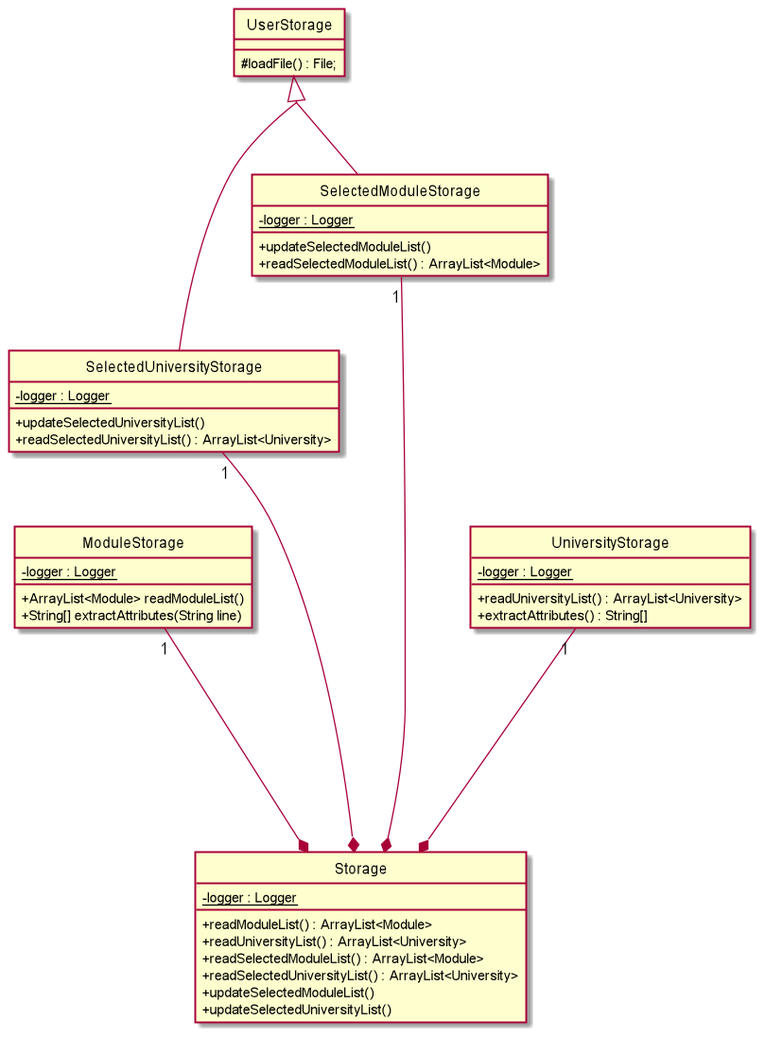
nus-cs2113-AY2122S1/tp keeps this PlantUML diagram as docs/images/storage.png. Above is the earlier version. The source it was exported from:
```plantuml
@startuml
hide circle
skinparam classAttributeIconSize 0
skinparam groupInheritance 2
skinparam groupComposition 3
ModuleStorage "1" ----* Storage
    ModuleStorage : - {static} logger : Logger

    ModuleStorage : + ArrayList<Module> readModuleList()
    ModuleStorage : + String[] extractAttributes(String line)

UserStorage <|-- SelectedUniversityStorage
SelectedUniversityStorage "1" ----* Storage
    SelectedUniversityStorage : - {static} logger : Logger
    SelectedUniversityStorage : + updateSelectedUniversityList()
    SelectedUniversityStorage : + readSelectedUniversityList() : ArrayList<University>

UserStorage <|-- SelectedModuleStorage
SelectedModuleStorage "1" ------* Storage
    SelectedModuleStorage : - {static} logger : Logger
    SelectedModuleStorage : + updateSelectedModuleList()
    SelectedModuleStorage : + readSelectedModuleList() : ArrayList<Module>

UniversityStorage "1" ----* Storage
    UniversityStorage : - {static} logger : Logger
    UniversityStorage : + readUniversityList() : ArrayList<University>
    UniversityStorage : + extractAttributes() : String[]

class UserStorage {
    # loadFile() : File;
}
class Storage {
    - {static} logger : Logger

    + readModuleList() : ArrayList<Module>
    + readUniversityList() : ArrayList<University>
    + readSelectedModuleList() : ArrayList<Module>
    + readSelectedUniversityList() : ArrayList<University>
    + updateSelectedModuleList()
    + updateSelectedUniversityList()
}
@enduml
```
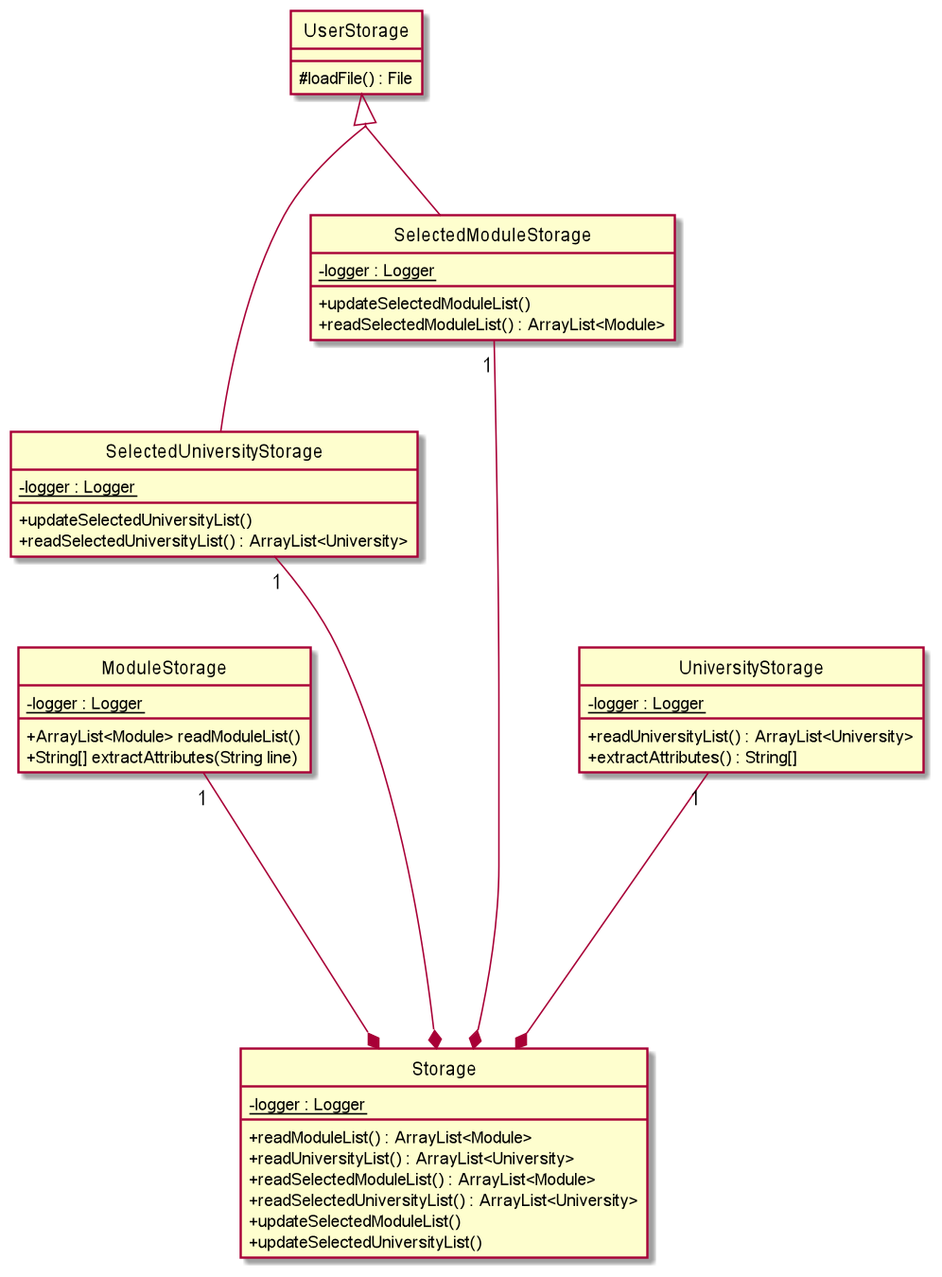
The same file after the commit.

The edit, as a diff of the source:
```diff
@@ -27,7 +27,7 @@
     UniversityStorage : + extractAttributes() : String[]
 
 class UserStorage {
-    # loadFile() : File;
+    # loadFile() : File
 }
 class Storage {
     - {static} logger : Logger
```
